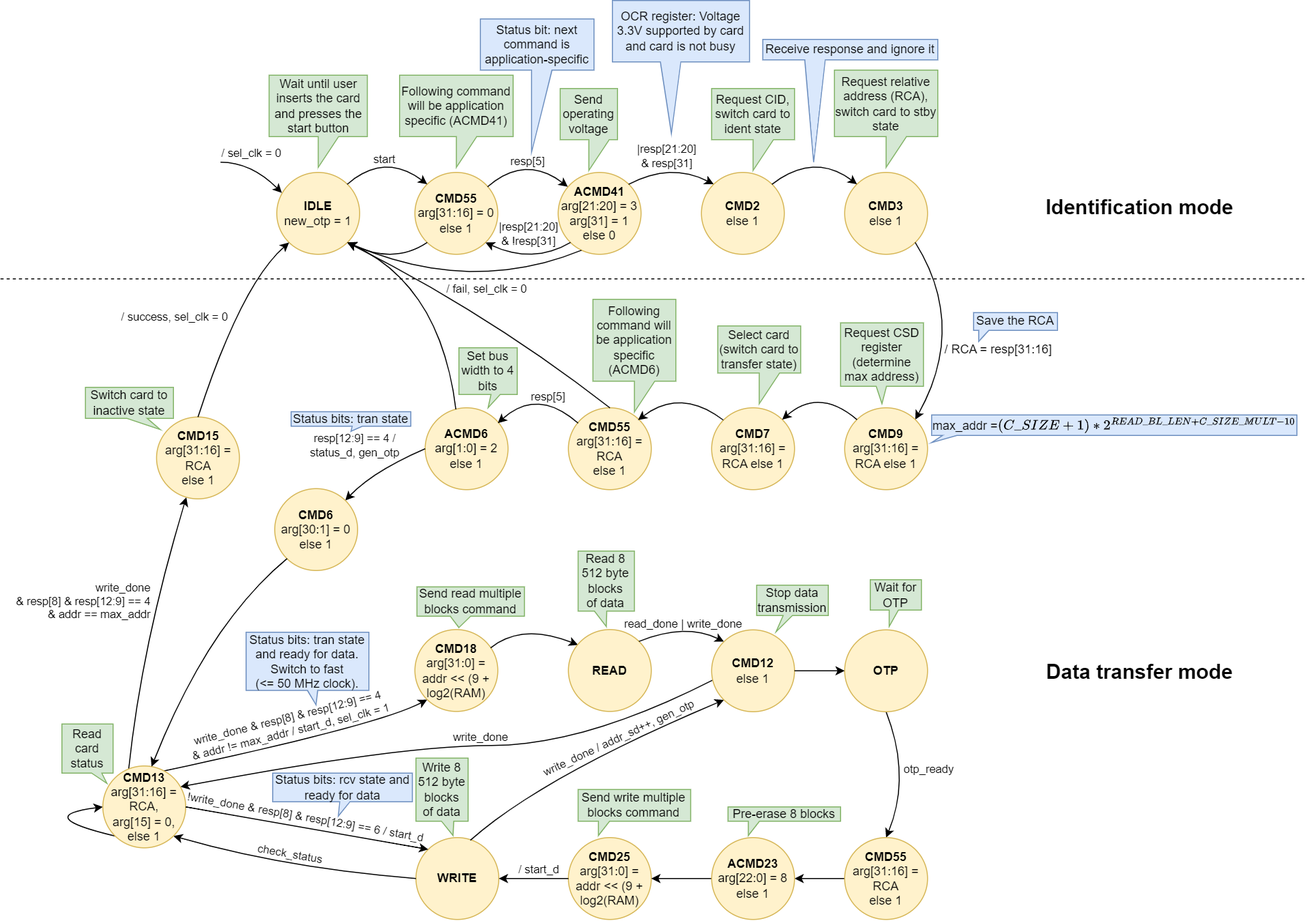
This is docs/SD/SD_fpga_states.png from sirazenkov/GhostSD, a draw.io export, as it was before one commit. Source tidied: cells renumbered, new cells last; positions are measured from the earlier drawing's top-left corner, leaving out a move shared by most shapes.
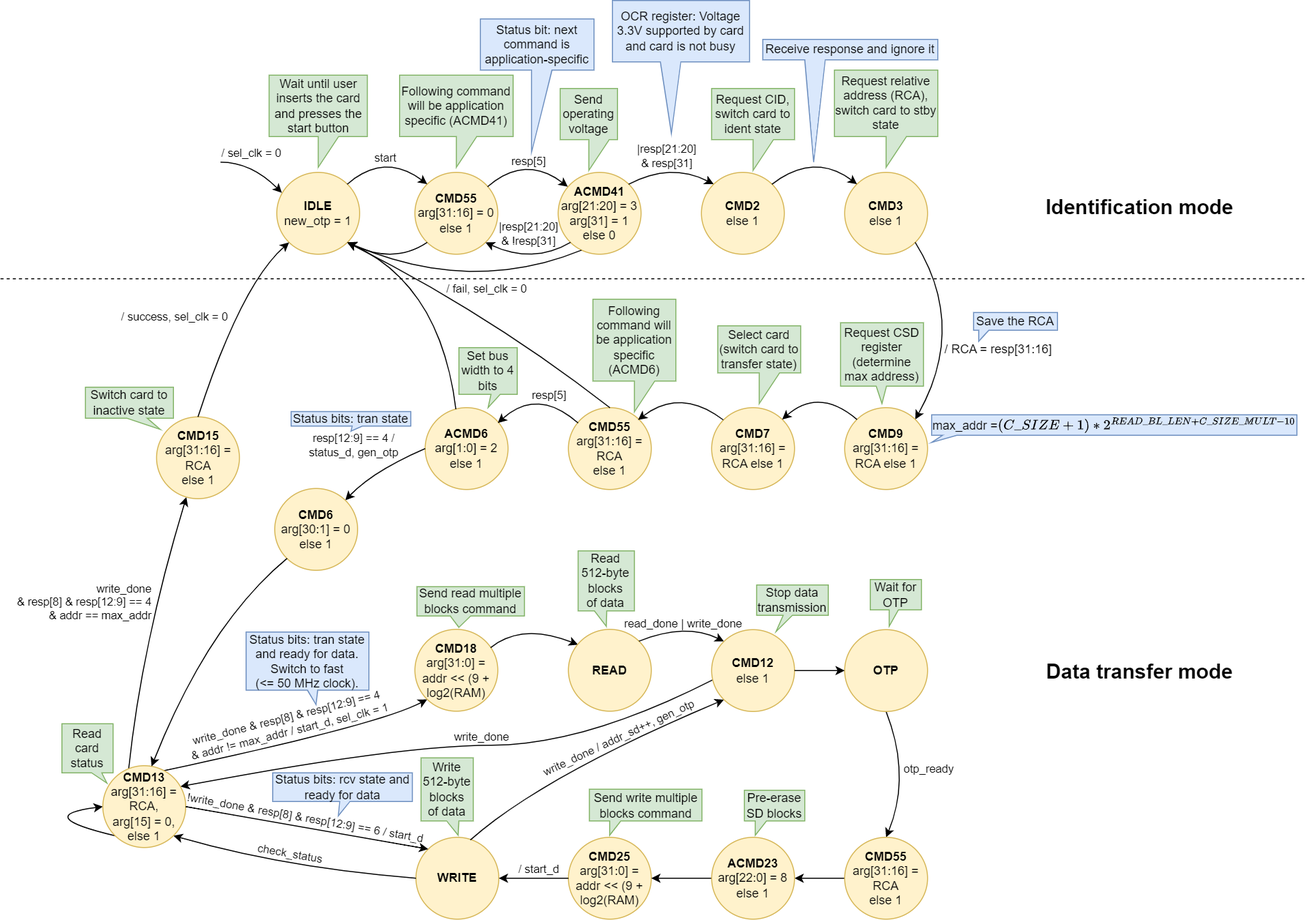
After the change.

Commit message:
Minor fixes on SD FSM diagram

The edit, as a diff of the source:
```diff
@@ -240,7 +240,7 @@
       <mxGeometry x="407" y="573" width="105" height="39.7" as="geometry" />
     </mxCell>
     <mxCell id="46" value="Send write multiple blocks command" style="shape=callout;whiteSpace=wrap;html=1;perimeter=calloutPerimeter;fillColor=#d5e8d4;strokeColor=#82b366;size=14;position=0.18;position2=0.18;base=11;" parent="1" vertex="1">
-      <mxGeometry x="564.5" y="771" width="110" height="45" as="geometry" />
+      <mxGeometry x="575.5" y="771" width="110" height="45" as="geometry" />
     </mxCell>
     <mxCell id="47" value="Switch card to inactive state" style="shape=callout;whiteSpace=wrap;html=1;perimeter=calloutPerimeter;fillColor=#d5e8d4;strokeColor=#82b366;position2=0.85;base=20;size=11;position=0.47;" parent="1" vertex="1">
       <mxGeometry x="83" y="378" width="86" height="41.2" as="geometry" />
@@ -293,7 +293,7 @@
     <mxCell id="62" value="max_addr =\(&lt;br&gt;(C\_SIZE+1)*2^{READ\_BL\_LEN+C\_SIZE\_MULT-10}\)" style="shape=callout;whiteSpace=wrap;html=1;perimeter=calloutPerimeter;fillColor=#dae8fc;strokeColor=#6c8ebf;size=7;position=0.03;position2=0;base=14;" parent="1" vertex="1">
       <mxGeometry x="910" y="405" width="357" height="27" as="geometry" />
     </mxCell>
-    <mxCell id="63" value="Read 8 512 byte&lt;br&gt;&amp;nbsp;blocks&amp;nbsp; of data" style="shape=callout;whiteSpace=wrap;html=1;perimeter=calloutPerimeter;fillColor=#d5e8d4;strokeColor=#82b366;size=15;position=0.29;base=12;" parent="1" vertex="1">
+    <mxCell id="63" value="Read 512-byte&lt;br&gt;&amp;nbsp;blocks&amp;nbsp; of data" style="shape=callout;whiteSpace=wrap;html=1;perimeter=calloutPerimeter;fillColor=#d5e8d4;strokeColor=#82b366;size=15;position=0.29;base=12;" parent="1" vertex="1">
       <mxGeometry x="564.5" y="538" width="55" height="73.7" as="geometry" />
     </mxCell>
     <mxCell id="64" value="&lt;b&gt;READ&lt;/b&gt;" style="ellipse;whiteSpace=wrap;html=1;fillColor=#fff2cc;strokeColor=#d6b656;" parent="1" vertex="1">
@@ -374,8 +374,8 @@
     <mxCell id="79" value="Stop data transmission" style="shape=callout;whiteSpace=wrap;html=1;perimeter=calloutPerimeter;fillColor=#d5e8d4;strokeColor=#82b366;size=16;position=0.37;position2=0.27;base=9;" parent="1" vertex="1">
       <mxGeometry x="739" y="571.3" width="70" height="45.7" as="geometry" />
     </mxCell>
-    <mxCell id="80" value="Write 8 512 byte&lt;br&gt;&amp;nbsp;blocks&amp;nbsp; of data" style="shape=callout;whiteSpace=wrap;html=1;perimeter=calloutPerimeter;fillColor=#d5e8d4;strokeColor=#82b366;size=14;position=0.49;base=12;position2=0.71;" parent="1" vertex="1">
-      <mxGeometry x="406" y="740.3" width="51" height="75.7" as="geometry" />
+    <mxCell id="80" value="Write 512-byte&lt;br&gt;&amp;nbsp;blocks&amp;nbsp; of data" style="shape=callout;whiteSpace=wrap;html=1;perimeter=calloutPerimeter;fillColor=#d5e8d4;strokeColor=#82b366;size=14;position=0.49;base=12;position2=0.71;" parent="1" vertex="1">
+      <mxGeometry x="411" y="740.3" width="51" height="75.7" as="geometry" />
     </mxCell>
     <mxCell id="81" value="&lt;b&gt;CMD12&lt;/b&gt;&lt;br&gt;else 1" style="ellipse;whiteSpace=wrap;html=1;fillColor=#fff2cc;strokeColor=#d6b656;" parent="1" vertex="1">
       <mxGeometry x="695" y="615" width="81" height="80" as="geometry" />
@@ -420,8 +420,8 @@
     <mxCell id="91" value="&lt;b&gt;ACMD23&lt;/b&gt;&lt;br&gt;arg[22:0] = 8&lt;br&gt;else 1" style="ellipse;whiteSpace=wrap;html=1;fillColor=#fff2cc;strokeColor=#d6b656;" parent="1" vertex="1">
       <mxGeometry x="695" y="818" width="81" height="80" as="geometry" />
     </mxCell>
-    <mxCell id="92" value="Pre-erase 8 blocks" style="shape=callout;whiteSpace=wrap;html=1;perimeter=calloutPerimeter;fillColor=#d5e8d4;strokeColor=#82b366;size=14;position=0.18;position2=0.18;base=11;" parent="1" vertex="1">
-      <mxGeometry x="711" y="788" width="110" height="28" as="geometry" />
+    <mxCell id="92" value="Pre-erase SD blocks" style="shape=callout;whiteSpace=wrap;html=1;perimeter=calloutPerimeter;fillColor=#d5e8d4;strokeColor=#82b366;size=14;position=0.18;position2=0.18;base=11;" parent="1" vertex="1">
+      <mxGeometry x="727" y="772" width="59" height="44" as="geometry" />
     </mxCell>
     <mxCell id="93" style="curved=1;endArrow=none;html=1;rounded=0;startArrow=classic;startFill=1;endFill=0;exitX=0;exitY=0;exitDx=0;exitDy=0;entryX=1;entryY=0.5;entryDx=0;entryDy=0;" parent="1" edge="1" source="65" target="87">
       <mxGeometry relative="1" as="geometry" />
```
